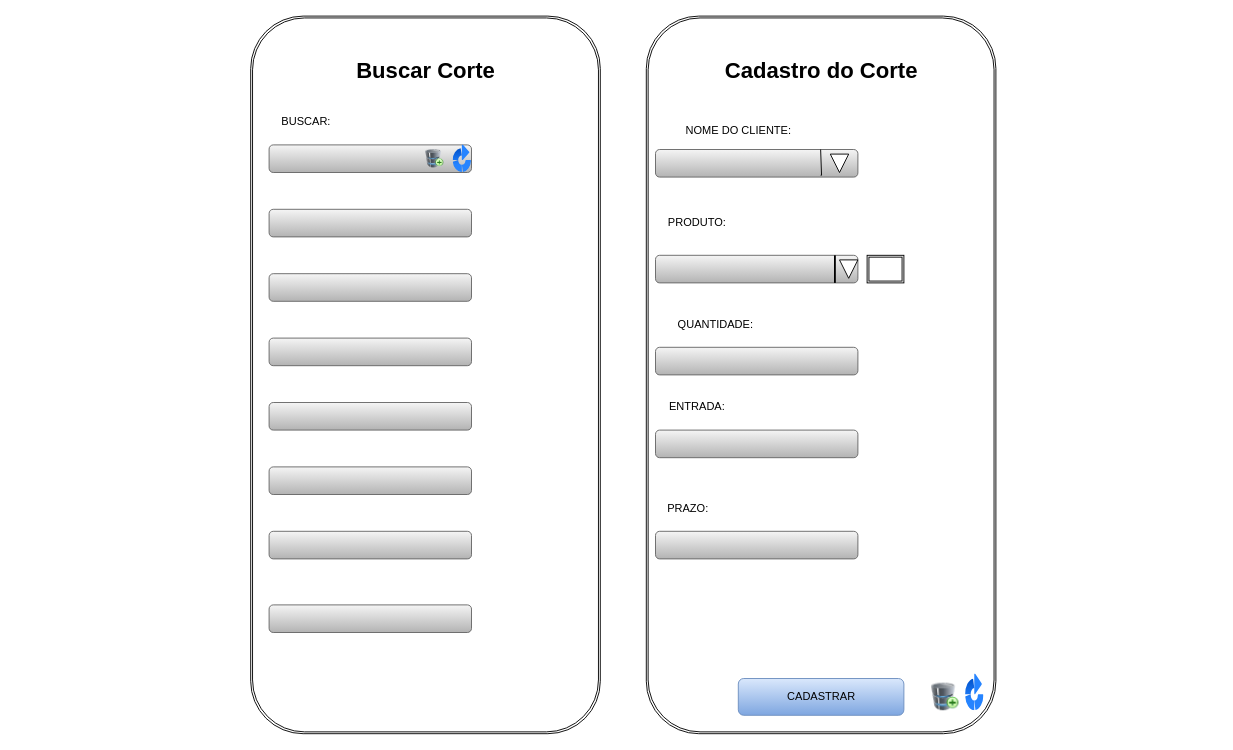
pati573022/avatarapp keeps this draw.io diagram as page "Página-7" (7 of 8) of doc/telas.drawio. Above is the earlier version. Source tidied: cells renumbered, new cells numbered last; positions are measured from the earlier drawing's top-left corner, leaving out a move shared by most shapes. Both pictures are drawn from the tidied source at 92%, with x=0, y=0 at pixel (250, 16).
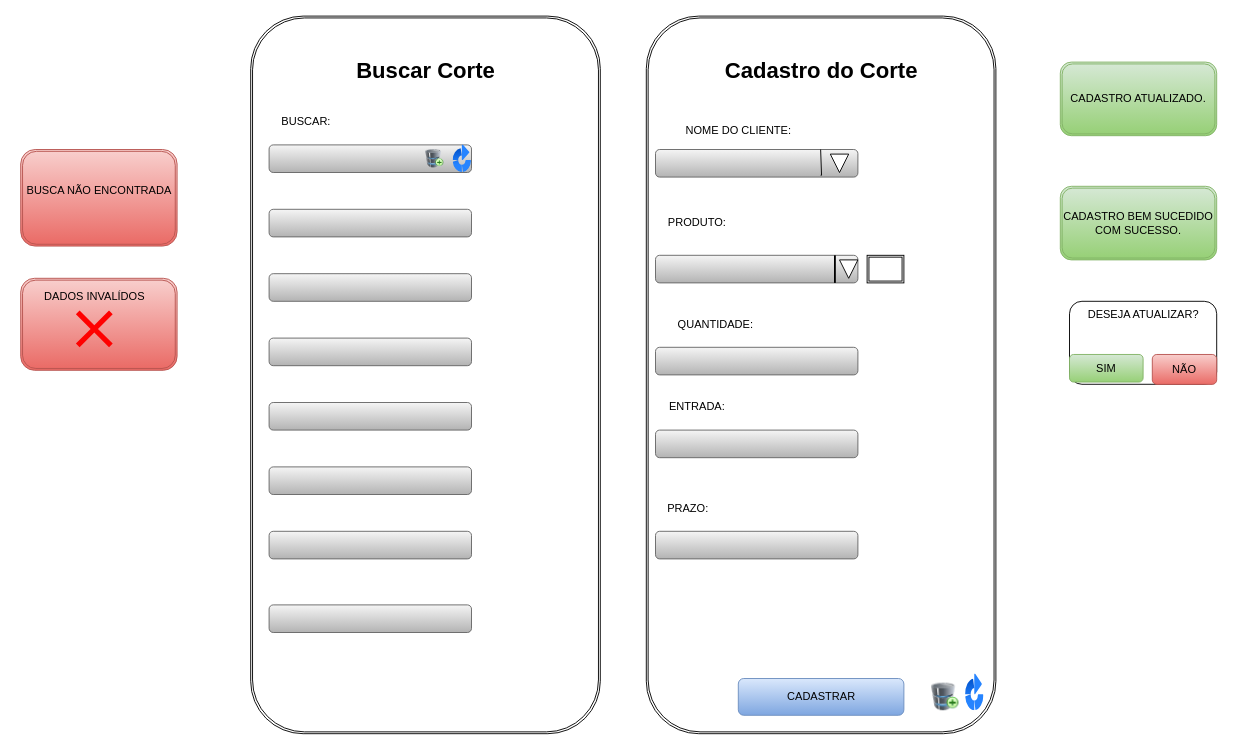
Above is the later version.

Change to the diagram source:
```diff
@@
+    <mxCell id="37" style="shape=ext;double=1;rounded=1;whiteSpace=wrap;html=1;fillColor=#f8cecc;gradientColor=#ea6b66;strokeColor=#b85450;" parent="1" vertex="1">
+      <mxGeometry x="-250" y="145" width="170" height="105" as="geometry" />
+    </mxCell>
+    <mxCell id="38" value="BUSCA NÃO ENCONTRADA" style="text;html=1;align=center;verticalAlign=middle;strokeColor=none;fillColor=none;" parent="1" vertex="1">
+      <mxGeometry x="-255" y="175" width="180" height="30" as="geometry" />
+    </mxCell>
+    <mxCell id="39" style="shape=ext;double=1;rounded=1;whiteSpace=wrap;html=1;fillColor=#f8cecc;strokeColor=#b85450;gradientColor=#ea6b66;" parent="1" vertex="1">
+      <mxGeometry x="-250" y="285" width="170" height="100" as="geometry" />
+    </mxCell>
+    <mxCell id="40" value="DADOS INVALÍDOS" style="text;html=1;align=center;verticalAlign=middle;strokeColor=none;fillColor=none;" parent="1" vertex="1">
+      <mxGeometry x="-235" y="290" width="130" height="30" as="geometry" />
+    </mxCell>
+    <mxCell id="41" style="shape=mxgraph.mockup.markup.redX;fillColor=#ff0000;html=1;shadow=0;whiteSpace=wrap;strokeColor=none;" parent="1" vertex="1">
+      <mxGeometry x="-190" y="320" width="40" height="40" as="geometry" />
+    </mxCell>
+    <mxCell id="42" value="CADASTRO ATUALIZADO." style="shape=ext;double=1;rounded=1;whiteSpace=wrap;html=1;fillColor=#d5e8d4;strokeColor=#82b366;gradientColor=#97d077;" parent="1" vertex="1">
+      <mxGeometry x="880" y="50" width="170" height="80" as="geometry" />
+    </mxCell>
+    <mxCell id="43" value="CADASTRO BEM SUCEDIDO COM SUCESSO." style="shape=ext;double=1;rounded=1;whiteSpace=wrap;html=1;fillColor=#d5e8d4;strokeColor=#82b366;gradientColor=#97d077;" parent="1" vertex="1">
+      <mxGeometry x="880" y="185" width="170" height="80" as="geometry" />
+    </mxCell>
+    <mxCell id="44" style="rounded=1;whiteSpace=wrap;html=1;" parent="1" vertex="1">
+      <mxGeometry x="890" y="310" width="160" height="90.2" as="geometry" />
+    </mxCell>
+    <mxCell id="45" value="DESEJA ATUALIZAR?" style="text;html=1;align=center;verticalAlign=middle;strokeColor=none;fillColor=none;" parent="1" vertex="1">
+      <mxGeometry x="900" y="310" width="140" height="30" as="geometry" />
+    </mxCell>
+    <mxCell id="46" value="SIM" style="rounded=1;whiteSpace=wrap;html=1;fillColor=#d5e8d4;gradientColor=#97d077;strokeColor=#82b366;" parent="1" vertex="1">
+      <mxGeometry x="890" y="367.8" width="80" height="30" as="geometry" />
+    </mxCell>
+    <mxCell id="47" value="NÃO" style="rounded=1;whiteSpace=wrap;html=1;fillColor=#f8cecc;gradientColor=#ea6b66;strokeColor=#b85450;" parent="1" vertex="1">
+      <mxGeometry x="980" y="367.8" width="70" height="32.5" as="geometry" />
+    </mxCell>
```
